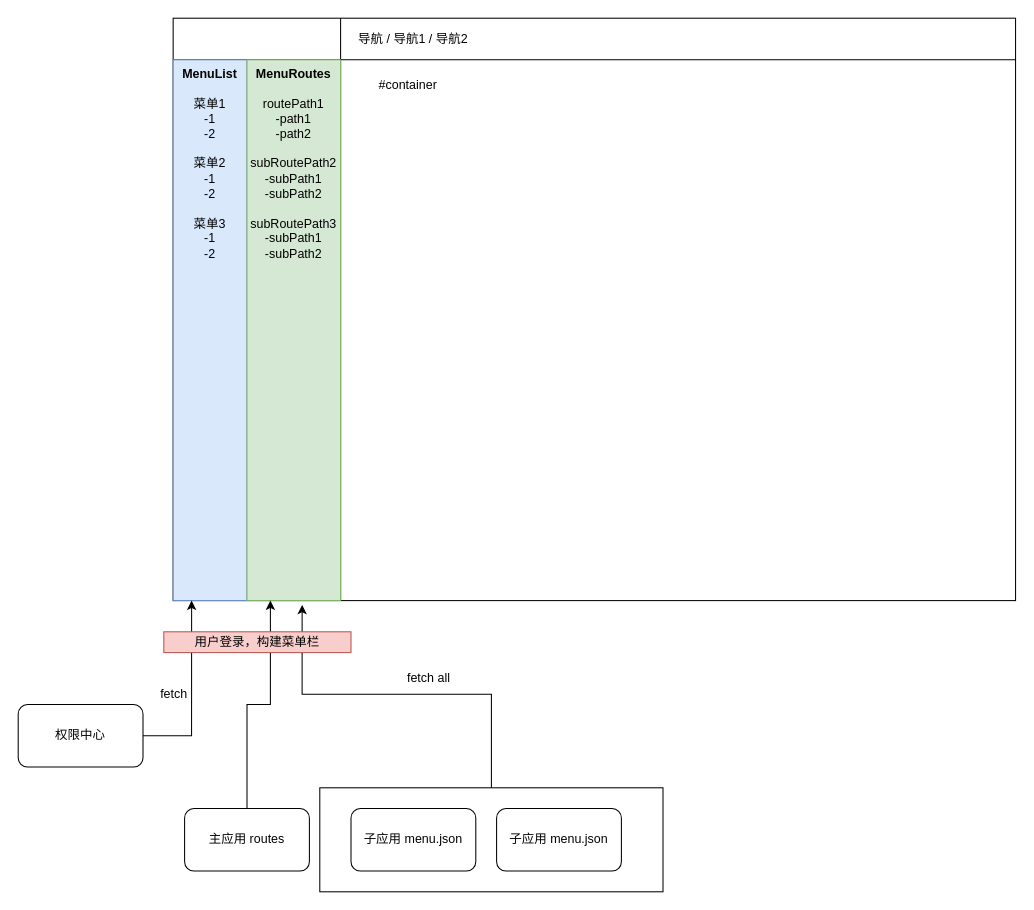
The draw.io diagram 拆分原型图.drawio in sfyr111/draw, before the edit. Source tidied: cells renumbered, new cells numbered last; positions are measured from the earlier drawing's top-left corner, leaving out a move shared by most shapes. Both pictures are drawn from the tidied source at 104%, with x=0, y=0 at pixel (18, 18).
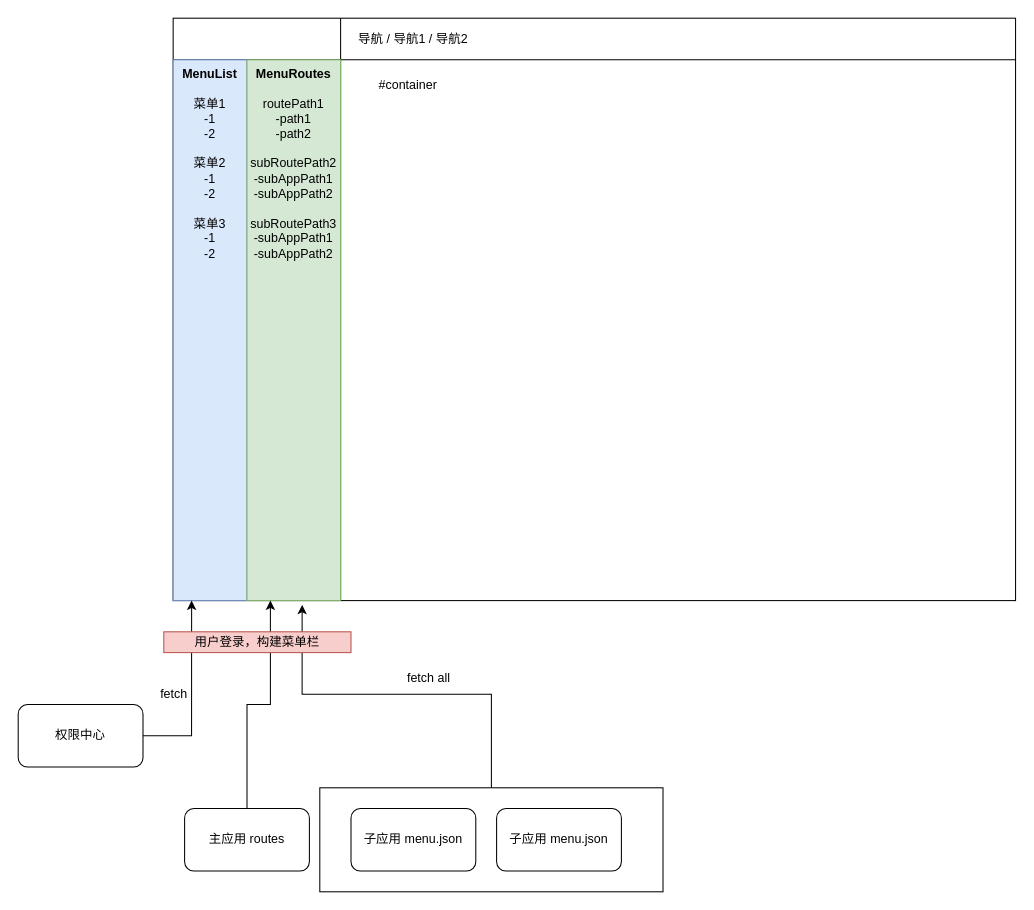
After the change.

Commit message:
更新拆分原型图.drawio

Change to the diagram source:
```diff
@@
 <mxGraphModel>
   <root>
     <mxCell id="0" />
     <mxCell id="1" parent="0" />
     <mxCell id="2" style="edgeStyle=orthogonalEdgeStyle;rounded=0;jettySize=auto;html=1;entryX=0.589;entryY=1.008;entryDx=0;entryDy=0;entryPerimeter=0;" parent="1" edge="1" source="3" target="8">
       <mxGeometry relative="1" as="geometry" />
     </mxCell>
     <mxCell id="3" style="rounded=0;whiteSpace=wrap;html=1;fillColor=#ffffff;align=center;" parent="1" vertex="1">
       <mxGeometry x="290" y="740" width="330" height="100" as="geometry" />
     </mxCell>
     <mxCell id="4" style="shape=internalStorage;whiteSpace=wrap;html=1;backgroundOutline=1;dx=161;dy=40;" parent="1" vertex="1">
       <mxGeometry x="149" width="810" height="560" as="geometry" />
     </mxCell>
     <mxCell id="5" value="#container" style="text;html=1;strokeColor=none;fillColor=none;align=center;verticalAlign=middle;whiteSpace=wrap;rounded=0;" parent="1" vertex="1">
       <mxGeometry x="310" y="40" width="130" height="50" as="geometry" />
     </mxCell>
     <mxCell id="6" value="导航 / 导航1 / 导航2" style="text;html=1;strokeColor=none;fillColor=none;align=center;verticalAlign=middle;whiteSpace=wrap;rounded=0;" parent="1" vertex="1">
       <mxGeometry x="320" y="10" width="120" height="20" as="geometry" />
     </mxCell>
     <mxCell id="7" value="&lt;b&gt;MenuList&lt;/b&gt;&lt;br&gt;&lt;br&gt;菜单1&lt;br&gt;-1&lt;br&gt;-2&lt;br&gt;&lt;br&gt;菜单2&lt;br&gt;-1&lt;br&gt;-2&lt;br&gt;&lt;br&gt;菜单3&lt;br&gt;-1&lt;br&gt;-2&lt;br&gt;&lt;br&gt;" style="text;html=1;strokeColor=#6c8ebf;fillColor=#dae8fc;align=center;verticalAlign=top;whiteSpace=wrap;rounded=0;" parent="1" vertex="1">
       <mxGeometry x="149" y="40" width="71" height="520" as="geometry" />
     </mxCell>
-    <mxCell id="8" value="&lt;b&gt;MenuRoutes&lt;br&gt;&lt;/b&gt;&lt;br&gt;routePath1&lt;br&gt;-path1&lt;br&gt;-path2&lt;br&gt;&lt;br&gt;subRoutePath2&lt;br&gt;-subPath1&lt;br&gt;-subPath2&lt;br&gt;&lt;br&gt;subRoutePath3&lt;br&gt;-subPath1&lt;br&gt;-subPath2&lt;b&gt;&lt;br&gt;&lt;/b&gt;" style="text;html=1;strokeColor=#82b366;fillColor=#d5e8d4;align=center;verticalAlign=top;whiteSpace=wrap;rounded=0;" parent="1" vertex="1">
+    <mxCell id="8" value="&lt;b&gt;MenuRoutes&lt;br&gt;&lt;/b&gt;&lt;br&gt;routePath1&lt;br&gt;-path1&lt;br&gt;-path2&lt;br&gt;&lt;br&gt;subRoutePath2&lt;br&gt;-subAppPath1&lt;br&gt;-subAppPath2&lt;br&gt;&lt;br&gt;subRoutePath3&lt;br&gt;-subAppPath1&lt;br&gt;-subAppPath2&lt;b&gt;&lt;br&gt;&lt;/b&gt;" style="text;html=1;strokeColor=#82b366;fillColor=#d5e8d4;align=center;verticalAlign=top;whiteSpace=wrap;rounded=0;" parent="1" vertex="1">
       <mxGeometry x="220" y="40" width="90" height="520" as="geometry" />
     </mxCell>
     <mxCell id="9" style="edgeStyle=orthogonalEdgeStyle;rounded=0;jettySize=auto;html=1;entryX=0.25;entryY=1;entryDx=0;entryDy=0;" parent="1" edge="1" source="10" target="7">
       <mxGeometry relative="1" as="geometry" />
     </mxCell>
     <mxCell id="10" value="权限中心" style="rounded=1;whiteSpace=wrap;html=1;fillColor=#ffffff;align=center;" parent="1" vertex="1">
       <mxGeometry y="660" width="120" height="60" as="geometry" />
     </mxCell>
     <mxCell id="11" style="edgeStyle=orthogonalEdgeStyle;rounded=0;jettySize=auto;html=1;entryX=0.25;entryY=1;entryDx=0;entryDy=0;" parent="1" edge="1" source="12" target="8">
       <mxGeometry relative="1" as="geometry" />
     </mxCell>
     <mxCell id="12" value="主应用 routes" style="rounded=1;whiteSpace=wrap;html=1;fillColor=#ffffff;align=center;" parent="1" vertex="1">
       <mxGeometry x="160" y="760" width="120" height="60" as="geometry" />
     </mxCell>
     <mxCell id="13" value="子应用 menu.json" style="rounded=1;whiteSpace=wrap;html=1;fillColor=#ffffff;align=center;" parent="1" vertex="1">
       <mxGeometry x="460" y="760" width="120" height="60" as="geometry" />
     </mxCell>
     <mxCell id="14" value="子应用 menu.json" style="rounded=1;whiteSpace=wrap;html=1;fillColor=#ffffff;align=center;" parent="1" vertex="1">
       <mxGeometry x="320" y="760" width="120" height="60" as="geometry" />
     </mxCell>
     <mxCell id="15" value="用户登录，构建菜单栏" style="text;html=1;strokeColor=#b85450;fillColor=#f8cecc;align=center;verticalAlign=middle;whiteSpace=wrap;rounded=0;" parent="1" vertex="1">
       <mxGeometry x="140" y="590" width="180" height="20" as="geometry" />
     </mxCell>
     <mxCell id="16" value="fetch all" style="text;html=1;strokeColor=none;fillColor=none;align=center;verticalAlign=middle;whiteSpace=wrap;rounded=0;" parent="1" vertex="1">
       <mxGeometry x="350" y="630" width="90" height="10" as="geometry" />
     </mxCell>
     <mxCell id="17" value="fetch" style="text;html=1;strokeColor=none;fillColor=none;align=center;verticalAlign=middle;whiteSpace=wrap;rounded=0;" parent="1" vertex="1">
       <mxGeometry x="130" y="640" width="40" height="20" as="geometry" />
     </mxCell>
   </root>
 </mxGraphModel>
```
